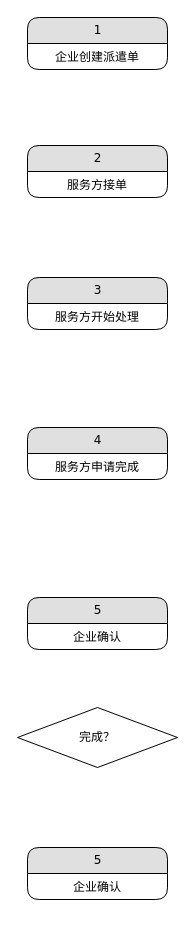
Kevin-Huang-NZ/notes keeps this draw.io diagram as draw.io/order_list_menu.drawio. Above is the earlier version. Source tidied: cells renumbered, new cells numbered last; positions are measured from the earlier drawing's top-left corner, leaving out a move shared by most shapes. Both pictures are drawn from the tidied source at 100%, with x=0, y=0 at pixel (17, 17).
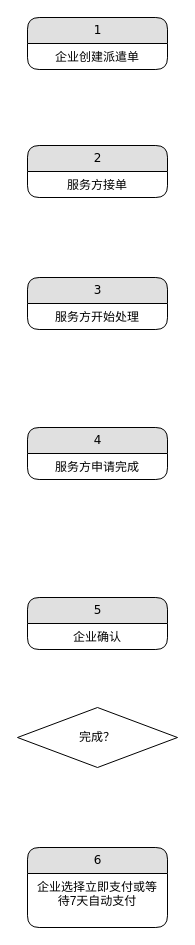
Above is the later version.

What changed in the source:
```diff
@@
 <mxGraphModel background="#ffffff">
   <root>
     <mxCell id="0" />
     <mxCell id="1" parent="0" />
     <mxCell id="2" value="1" style="swimlane;html=1;fontStyle=0;horizontal=1;startSize=26;fillColor=#e0e0e0;swimlaneFillColor=#ffffff;align=center;rounded=1;shadow=0;comic=0;labelBackgroundColor=none;strokeWidth=1;fontFamily=Verdana;fontSize=12;" parent="1" vertex="1">
       <mxGeometry x="10" width="140" height="52" as="geometry" />
     </mxCell>
     <mxCell id="3" value="企业创建派遣单" style="text;html=1;strokeColor=none;fillColor=none;spacingLeft=4;spacingRight=4;whiteSpace=wrap;overflow=hidden;align=center;" parent="2" vertex="1">
       <mxGeometry y="26" width="140" height="26" as="geometry" />
     </mxCell>
     <mxCell id="4" value="2" style="swimlane;html=1;fontStyle=0;horizontal=1;startSize=26;fillColor=#e0e0e0;swimlaneFillColor=#ffffff;align=center;rounded=1;shadow=0;comic=0;labelBackgroundColor=none;strokeWidth=1;fontFamily=Verdana;fontSize=12;" parent="1" vertex="1">
       <mxGeometry x="10" y="128" width="140" height="52" as="geometry" />
     </mxCell>
     <mxCell id="5" value="服务方接单" style="text;html=1;strokeColor=none;fillColor=none;spacingLeft=4;spacingRight=4;whiteSpace=wrap;overflow=hidden;align=center;" parent="4" vertex="1">
       <mxGeometry y="26" width="140" height="26" as="geometry" />
     </mxCell>
     <mxCell id="6" value="3" style="swimlane;html=1;fontStyle=0;horizontal=1;startSize=26;fillColor=#e0e0e0;swimlaneFillColor=#ffffff;align=center;rounded=1;shadow=0;comic=0;labelBackgroundColor=none;strokeWidth=1;fontFamily=Verdana;fontSize=12;" parent="1" vertex="1">
       <mxGeometry x="10" y="260" width="140" height="52" as="geometry" />
     </mxCell>
     <mxCell id="7" value="服务方开始处理" style="text;html=1;strokeColor=none;fillColor=none;spacingLeft=4;spacingRight=4;whiteSpace=wrap;overflow=hidden;align=center;" parent="6" vertex="1">
       <mxGeometry y="26" width="140" height="26" as="geometry" />
     </mxCell>
     <mxCell id="8" value="4" style="swimlane;html=1;fontStyle=0;horizontal=1;startSize=26;fillColor=#e0e0e0;swimlaneFillColor=#ffffff;align=center;rounded=1;shadow=0;comic=0;labelBackgroundColor=none;strokeWidth=1;fontFamily=Verdana;fontSize=12;" parent="1" vertex="1">
       <mxGeometry x="10" y="410" width="140" height="52" as="geometry" />
     </mxCell>
     <mxCell id="9" value="服务方申请完成" style="text;html=1;strokeColor=none;fillColor=none;spacingLeft=4;spacingRight=4;whiteSpace=wrap;overflow=hidden;align=center;" parent="8" vertex="1">
       <mxGeometry y="26" width="140" height="26" as="geometry" />
     </mxCell>
     <mxCell id="10" value="5" style="swimlane;html=1;fontStyle=0;horizontal=1;startSize=26;fillColor=#e0e0e0;swimlaneFillColor=#ffffff;align=center;rounded=1;shadow=0;comic=0;labelBackgroundColor=none;strokeWidth=1;fontFamily=Verdana;fontSize=12;" parent="1" vertex="1">
       <mxGeometry x="10" y="580" width="140" height="52" as="geometry" />
     </mxCell>
     <mxCell id="11" value="企业确认" style="text;html=1;strokeColor=none;fillColor=none;spacingLeft=4;spacingRight=4;whiteSpace=wrap;overflow=hidden;align=center;" parent="10" vertex="1">
       <mxGeometry y="26" width="140" height="26" as="geometry" />
     </mxCell>
     <mxCell id="12" value="完成？" style="rhombus;whiteSpace=wrap;html=1;" parent="1" vertex="1">
       <mxGeometry y="690" width="160" height="60" as="geometry" />
     </mxCell>
-    <mxCell id="13" value="5" style="swimlane;html=1;fontStyle=0;horizontal=1;startSize=26;fillColor=#e0e0e0;swimlaneFillColor=#ffffff;align=center;rounded=1;shadow=0;comic=0;labelBackgroundColor=none;strokeWidth=1;fontFamily=Verdana;fontSize=12;" parent="1" vertex="1">
-      <mxGeometry x="10" y="830" width="140" height="52" as="geometry" />
+    <mxCell id="13" value="6" style="swimlane;html=1;fontStyle=0;horizontal=1;startSize=26;fillColor=#e0e0e0;swimlaneFillColor=#ffffff;align=center;rounded=1;shadow=0;comic=0;labelBackgroundColor=none;strokeWidth=1;fontFamily=Verdana;fontSize=12;" parent="1" vertex="1">
+      <mxGeometry x="10" y="830" width="140" height="80" as="geometry" />
     </mxCell>
-    <mxCell id="14" value="企业确认" style="text;html=1;strokeColor=none;fillColor=none;spacingLeft=4;spacingRight=4;whiteSpace=wrap;overflow=hidden;align=center;" parent="13" vertex="1">
-      <mxGeometry y="26" width="140" height="26" as="geometry" />
+    <mxCell id="14" value="企业选择立即支付或等待7天自动支付" style="text;html=1;strokeColor=none;fillColor=none;spacingLeft=4;spacingRight=4;whiteSpace=wrap;overflow=hidden;align=center;" parent="13" vertex="1">
+      <mxGeometry y="26" width="140" height="44" as="geometry" />
     </mxCell>
   </root>
 </mxGraphModel>
```
